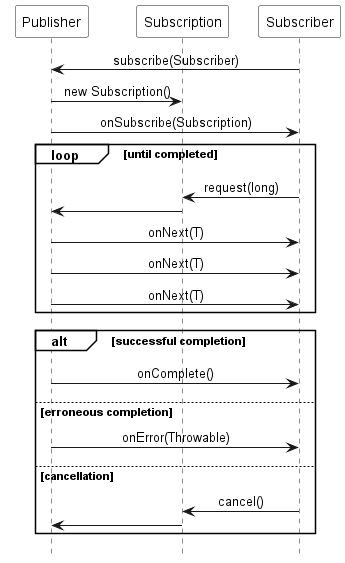
Before: images/Reactive_Streams_workflow.png, a diagram exported from PlantUML (ti-cortex-m4/demo-java-reactive-streams-old).
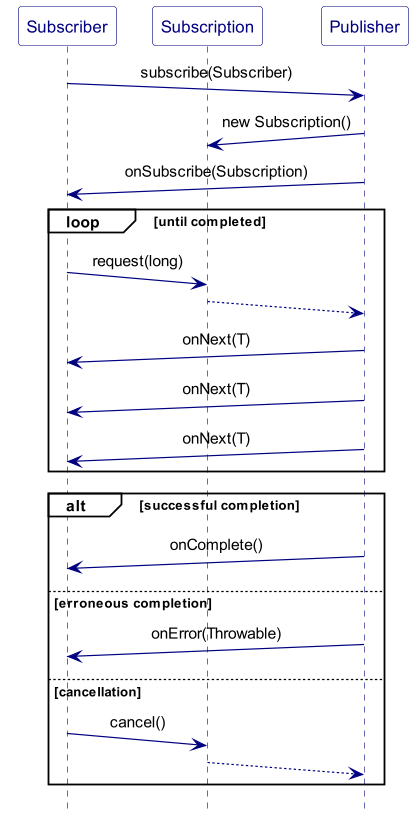
After the change.

Change to the diagram source:
```diff
@@ -1,41 +1,31 @@
 @startuml
+!include sequence_header.iuml
 
-scale 1.0
-hide footbox
-
-!pragma teoz true
-
-skinparam monochrome true
-skinparam defaultFontName Source Sans Pro
-skinparam sequenceMessageAlign center
-skinparam participantBackgroundColor #white
-skinparam noteBackgroundColor #white
-skinparam sequenceGroupBackgroundColor #white
 skinparam participantPadding 10
 
+participant Subscriber
+participant Subscription
 participant Publisher
-participant Subscription
-participant Subscriber
 
-Subscriber -> Publisher : subscribe(Subscriber)
-Publisher -> Subscription : new Subscription()
-Publisher -> Subscriber : onSubscribe(Subscription)
+Subscriber ->(10) Publisher : subscribe(Subscriber)
+Publisher ->(10) Subscription : new Subscription()
+Publisher ->(10) Subscriber : onSubscribe(Subscription)
 
 loop until completed
-    Subscriber -> Subscription : request(long)
-    Subscription -> Publisher
-    Publisher -> Subscriber : onNext(T)
-    Publisher -> Subscriber : onNext(T)
-    Publisher -> Subscriber : onNext(T)
+    Subscriber ->(10) Subscription : request(long)
+    Subscription -->(10) Publisher
+    Publisher ->(10) Subscriber : onNext(T)
+    Publisher ->(10) Subscriber : onNext(T)
+    Publisher ->(10) Subscriber : onNext(T)
 end
 
 alt successful completion
-    Publisher -> Subscriber : onComplete()
+    Publisher ->(10) Subscriber : onComplete()
 else erroneous completion
-    Publisher -> Subscriber : onError(Throwable)
+    Publisher ->(10) Subscriber : onError(Throwable)
 else cancellation
-    Subscriber -> Subscription : cancel()
-    Subscription -> Publisher
+    Subscriber ->(10) Subscription : cancel()
+    Subscription -->(10) Publisher
 end
 
 @enduml
```
